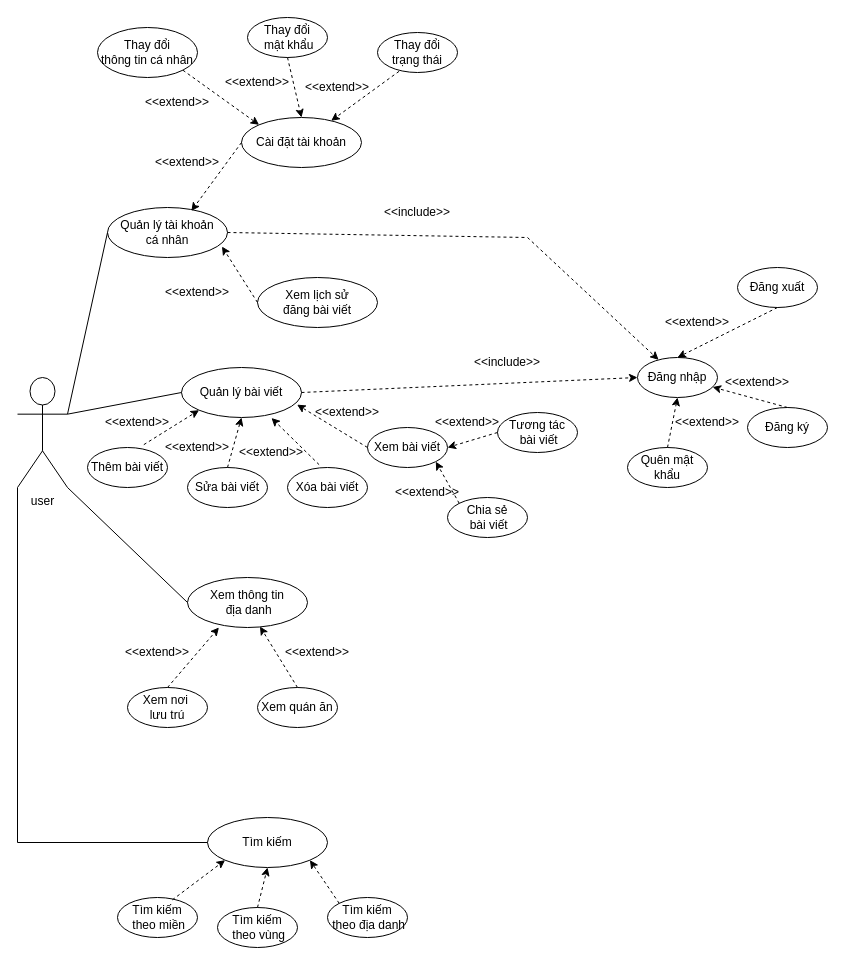
This is page "user" (2 of 3) of Use_Case_Android.drawio from HieuNM2809/DoAn_ANDROID, a draw.io file, before an edit. Source tidied: cells renumbered, new cells numbered last; positions are measured from the earlier drawing's top-left corner, leaving out a move shared by most shapes. Both pictures are drawn from the tidied source at 100%, with x=0, y=0 at pixel (17, 17).
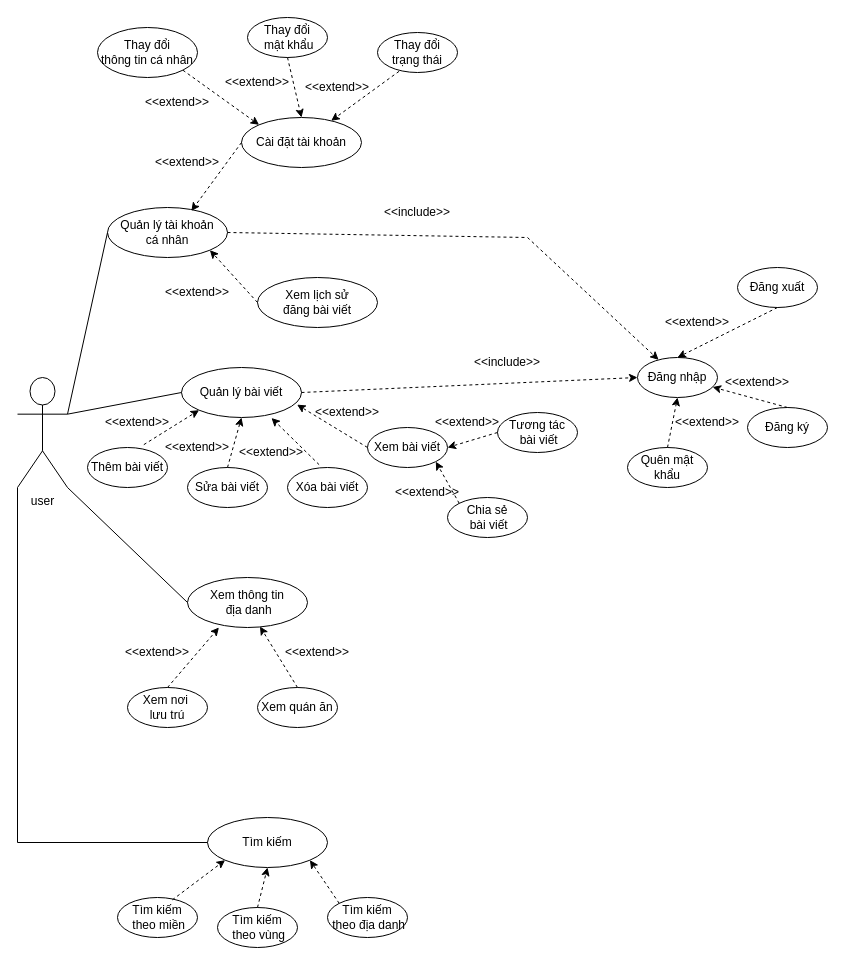
Above is the later version.

Unchanged cells that the change refers to:
```xml
<mxCell id="8" value="Quản lý tài khoản &lt;br&gt;cá nhân" style="ellipse;whiteSpace=wrap;html=1;" parent="1" vertex="1">
  <mxGeometry x="90" y="190" width="120" height="50" as="geometry" />
</mxCell>
<mxCell id="14" value="Xem lịch sử &lt;br&gt;đăng bài viết" style="ellipse;whiteSpace=wrap;html=1;" parent="1" vertex="1">
  <mxGeometry x="240" y="260" width="120" height="50" as="geometry" />
</mxCell>
```

Change to the diagram source:
```diff
@@
-    <mxCell id="18" style="endArrow=classic;html=1;rounded=0;exitX=0;exitY=0.5;exitDx=0;exitDy=0;dashed=1;fontStyle=1;entryX=0.954;entryY=0.781;entryDx=0;entryDy=0;entryPerimeter=0;" parent="1" edge="1" source="14" target="8">
+    <mxCell id="18" style="endArrow=classic;html=1;rounded=0;exitX=0;exitY=0.5;exitDx=0;exitDy=0;dashed=1;fontStyle=1;entryX=1;entryY=1;entryDx=0;entryDy=0;" parent="1" edge="1" source="14" target="8">
       <mxGeometry relative="1" as="geometry" />
     </mxCell>
```
